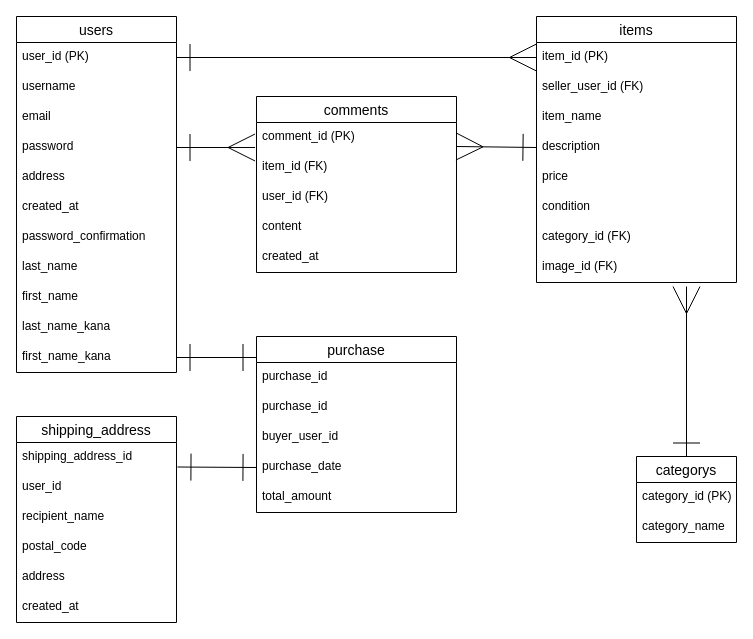
Above: test.dio in kny19/furima2-39639 (draw.io), before the change. Source tidied: cells renumbered, new cells numbered last; positions are measured from the earlier drawing's top-left corner, leaving out a move shared by most shapes. Both pictures are drawn from the tidied source at 100%, with x=0, y=0 at pixel (16, 16).
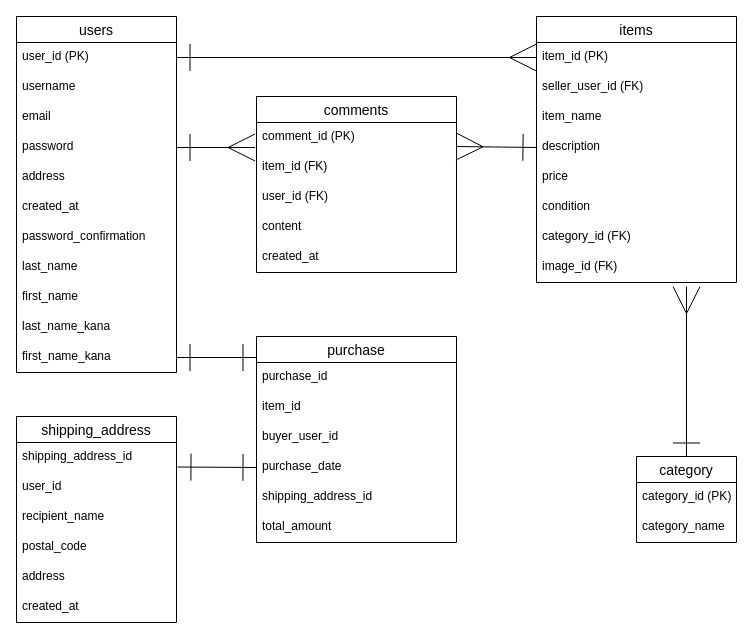
The same diagram, later.

The edit, as a diff of the source:
```diff
@@
-    <mxCell id="30" value="categorys" style="swimlane;fontStyle=0;horizontal=1;startSize=26;align=center;fontSize=14;" parent="1" vertex="1">
+    <mxCell id="30" value="category" style="swimlane;fontStyle=0;horizontal=1;startSize=26;align=center;fontSize=14;" parent="1" vertex="1">
       <mxGeometry x="620" y="440" width="100" height="86" as="geometry" />
     </mxCell>
@@
     <mxCell id="44" value="purchase" style="swimlane;fontStyle=0;horizontal=1;startSize=26;align=center;fontSize=14;" parent="1" vertex="1">
-      <mxGeometry x="240" y="320" width="200" height="176" as="geometry" />
+      <mxGeometry x="240" y="320" width="200" height="206" as="geometry" />
     </mxCell>
@@
-    <mxCell id="46" value="purchase_id" style="text;strokeColor=none;fillColor=none;spacingLeft=4;spacingRight=4;overflow=hidden;fontSize=12;" parent="44" vertex="1">
+    <mxCell id="46" value="item_id" style="text;strokeColor=none;fillColor=none;spacingLeft=4;spacingRight=4;overflow=hidden;fontSize=12;" parent="44" vertex="1">
       <mxGeometry y="56" width="200" height="30" as="geometry" />
     </mxCell>
@@
+    <mxCell id="51" value="shipping_address_id" style="text;strokeColor=none;fillColor=none;spacingLeft=4;spacingRight=4;overflow=hidden;fontSize=12;" parent="44" vertex="1">
+      <mxGeometry y="146" width="200" height="30" as="geometry" />
+    </mxCell>
     <mxCell id="49" value="total_amount" style="text;strokeColor=none;fillColor=none;spacingLeft=4;spacingRight=4;overflow=hidden;fontSize=12;" parent="44" vertex="1">
-      <mxGeometry y="146" width="200" height="30" as="geometry" />
+      <mxGeometry y="176" width="200" height="30" as="geometry" />
     </mxCell>
```
